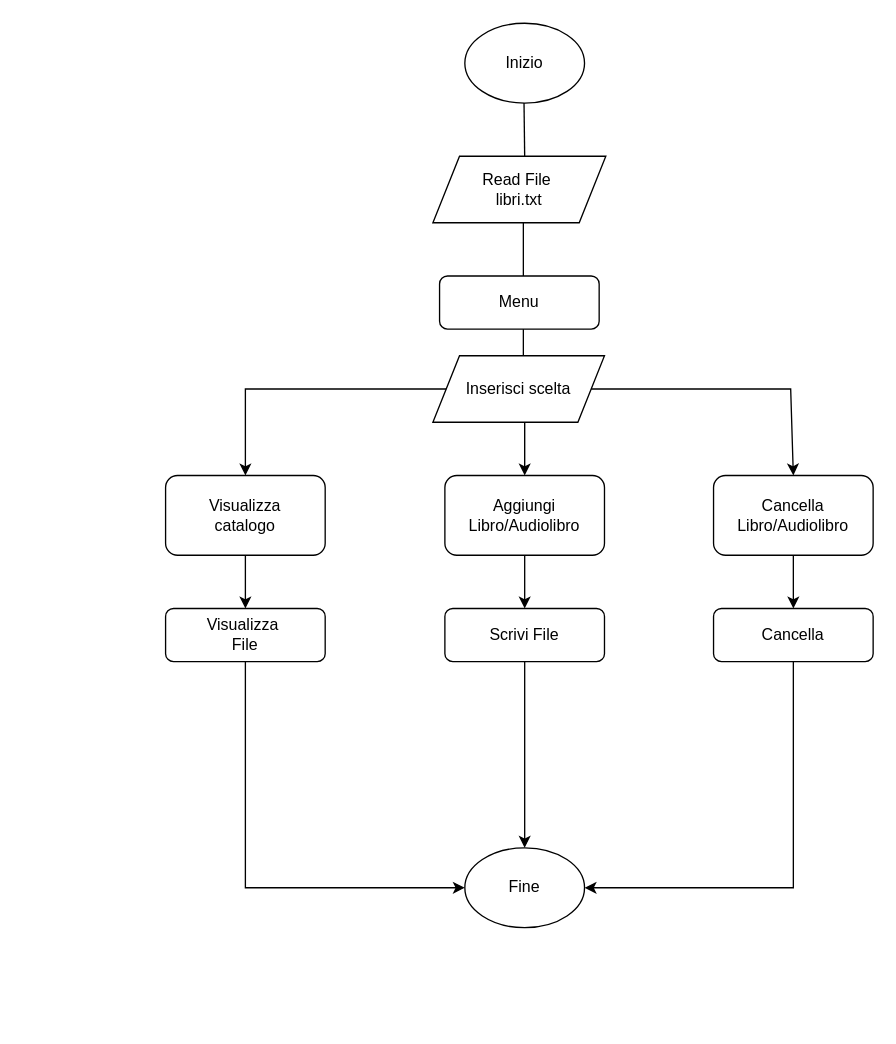
Earlier version of the draw.io diagram Biblioteca.drawio (RobRez76/Biblioteca). Source tidied: cells renumbered, new cells numbered last; positions are measured from the earlier drawing's top-left corner, leaving out a move shared by most shapes. Both pictures are drawn from the tidied source at 133%, with x=0, y=0 at pixel (165, 23).
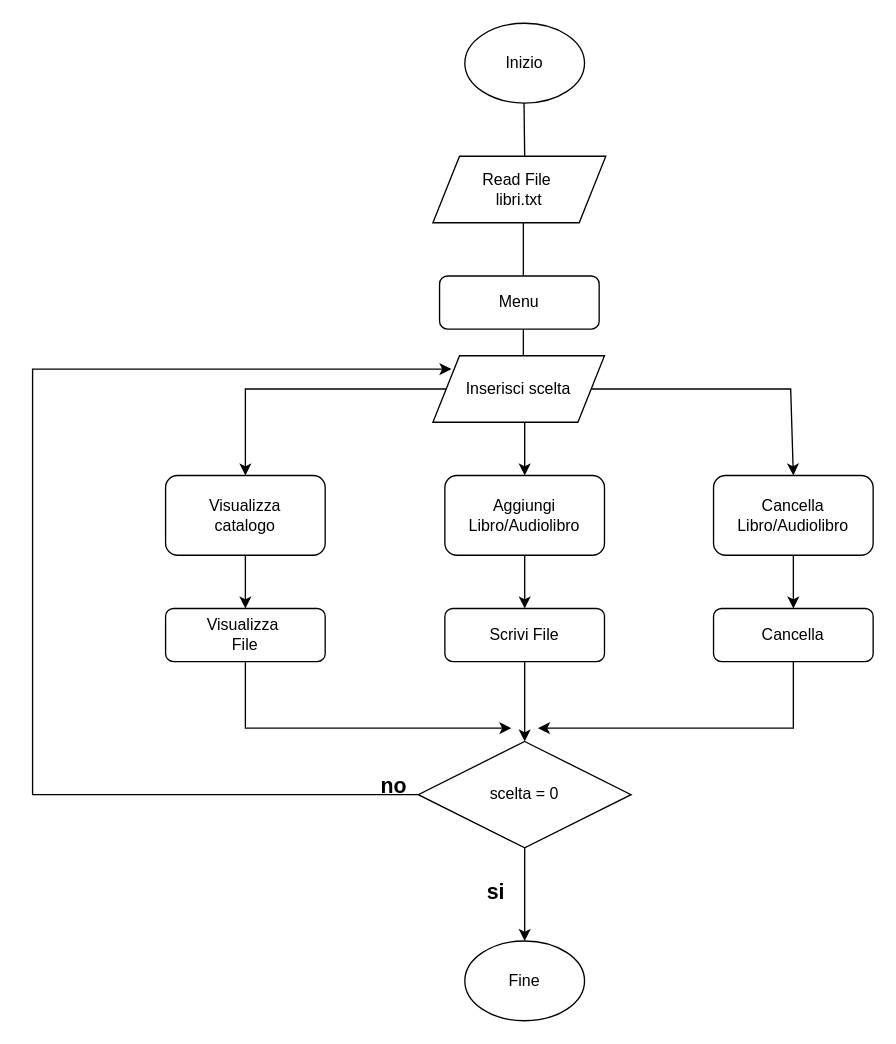
The same diagram, later.

The change refers to these unchanged cells:
```xml
<mxCell id="2" value="Visualizza&amp;nbsp;&lt;div&gt;File&lt;/div&gt;" style="rounded=1;whiteSpace=wrap;html=1;fontSize=12;glass=0;strokeWidth=1;shadow=0;" parent="1" vertex="1">
  <mxGeometry y="440" width="120" height="40" as="geometry" />
</mxCell>
<mxCell id="8" value="Inserisci scelta" style="shape=parallelogram;perimeter=parallelogramPerimeter;whiteSpace=wrap;html=1;fixedSize=1;" parent="1" vertex="1">
  <mxGeometry x="201" y="250" width="129" height="50" as="geometry" />
</mxCell>
<mxCell id="14" value="&lt;div&gt;Scrivi File&lt;/div&gt;" style="rounded=1;whiteSpace=wrap;html=1;fontSize=12;glass=0;strokeWidth=1;shadow=0;" parent="1" vertex="1">
  <mxGeometry x="210" y="440" width="120" height="40" as="geometry" />
</mxCell>
<mxCell id="15" value="Cancella" style="rounded=1;whiteSpace=wrap;html=1;fontSize=12;glass=0;strokeWidth=1;shadow=0;" parent="1" vertex="1">
  <mxGeometry x="412" y="440" width="120" height="40" as="geometry" />
</mxCell>
```

The edit, as a diff of the source:
```diff
@@
     <mxCell id="5" value="Fine" style="ellipse;whiteSpace=wrap;html=1;" parent="1" vertex="1">
-      <mxGeometry x="225" y="620" width="90" height="60" as="geometry" />
+      <mxGeometry x="225" y="690" width="90" height="60" as="geometry" />
     </mxCell>
@@
-    <mxCell id="22" style="endArrow=classic;html=1;rounded=0;exitX=0.5;exitY=1;exitDx=0;exitDy=0;entryX=0.5;entryY=0;entryDx=0;entryDy=0;" parent="1" edge="1" source="14" target="5">
+    <mxCell id="22" style="endArrow=classic;html=1;rounded=0;exitX=0.5;exitY=1;exitDx=0;exitDy=0;entryX=0.5;entryY=0;entryDx=0;entryDy=0;" parent="1" edge="1" source="26" target="5">
       <mxGeometry relative="1" as="geometry" />
     </mxCell>
-    <mxCell id="23" style="endArrow=classic;html=1;rounded=0;entryX=0;entryY=0.5;entryDx=0;entryDy=0;exitX=0.5;exitY=1;exitDx=0;exitDy=0;" parent="1" edge="1" source="2" target="5">
+    <mxCell id="23" style="endArrow=classic;html=1;rounded=0;exitX=0.5;exitY=1;exitDx=0;exitDy=0;" parent="1" edge="1" source="2">
       <mxGeometry relative="1" as="geometry">
+        <mxPoint x="260" y="530" as="targetPoint" />
         <Array as="points">
-          <mxPoint x="60" y="650" />
+          <mxPoint x="60" y="530" />
         </Array>
       </mxGeometry>
     </mxCell>
-    <mxCell id="24" style="endArrow=classic;html=1;rounded=0;exitX=0.5;exitY=1;exitDx=0;exitDy=0;entryX=1;entryY=0.5;entryDx=0;entryDy=0;" parent="1" edge="1" source="15" target="5">
+    <mxCell id="24" style="endArrow=classic;html=1;rounded=0;exitX=0.5;exitY=1;exitDx=0;exitDy=0;" parent="1" edge="1" source="15">
       <mxGeometry relative="1" as="geometry">
+        <mxPoint x="280" y="530" as="targetPoint" />
         <Array as="points">
-          <mxPoint x="472" y="650" />
+          <mxPoint x="472" y="530" />
         </Array>
       </mxGeometry>
     </mxCell>
+    <mxCell id="25" style="endArrow=classic;html=1;rounded=0;exitX=0.5;exitY=1;exitDx=0;exitDy=0;entryX=0.5;entryY=0;entryDx=0;entryDy=0;" parent="1" edge="1" source="14" target="26">
+      <mxGeometry relative="1" as="geometry" />
+    </mxCell>
+    <mxCell id="26" value="scelta = 0" style="rhombus;whiteSpace=wrap;html=1;" parent="1" vertex="1">
+      <mxGeometry x="190" y="540" width="160" height="80" as="geometry" />
+    </mxCell>
+    <mxCell id="27" style="endArrow=classic;html=1;rounded=0;exitX=0;exitY=0.5;exitDx=0;exitDy=0;entryX=0.108;entryY=0.2;entryDx=0;entryDy=0;entryPerimeter=0;" parent="1" edge="1" source="26" target="8">
+      <mxGeometry relative="1" as="geometry">
+        <Array as="points">
+          <mxPoint x="-100" y="580" />
+          <mxPoint x="-100" y="260" />
+        </Array>
+      </mxGeometry>
+    </mxCell>
+    <mxCell id="28" value="&lt;h1 style=&quot;margin-top: 0px;&quot;&gt;&lt;font size=&quot;3&quot;&gt;no&lt;/font&gt;&lt;/h1&gt;" style="text;html=1;whiteSpace=wrap;overflow=hidden;rounded=0;" parent="1" vertex="1">
+      <mxGeometry x="160" y="550" width="30" height="30" as="geometry" />
+    </mxCell>
+    <mxCell id="29" value="&lt;h1 style=&quot;margin-top: 0px;&quot;&gt;&lt;font size=&quot;3&quot;&gt;si&lt;/font&gt;&lt;/h1&gt;" style="text;html=1;whiteSpace=wrap;overflow=hidden;rounded=0;" parent="1" vertex="1">
+      <mxGeometry x="240" y="630" width="30" height="30" as="geometry" />
+    </mxCell>
```
